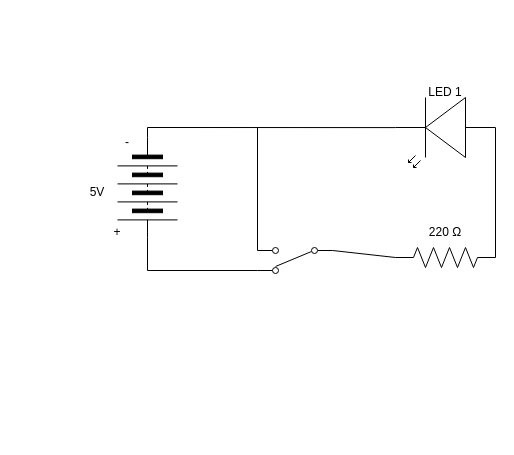
Before: Unit4-05.drawio in trent-hodgins-01/TEJ3M1-Unit4, a draw.io diagram. Source tidied: cells renumbered, new cells numbered last; positions are measured from the earlier drawing's top-left corner, leaving out a move shared by most shapes. Both pictures are drawn from the tidied source at 100%, with x=0, y=0 at pixel (67, 77).
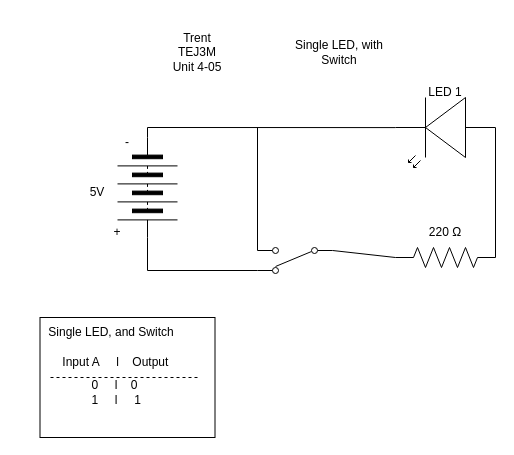
Above is the later version.

The edit, as a diff of the source:
```diff
@@
+    <mxCell id="16" value="Single LED, with Switch" style="text;html=1;strokeColor=none;fillColor=none;align=center;verticalAlign=middle;whiteSpace=wrap;rounded=0;" parent="1" vertex="1">
+      <mxGeometry x="224" y="-40" width="96" height="30" as="geometry" />
+    </mxCell>
+    <mxCell id="17" value="Trent&lt;br&gt;TEJ3M&lt;br&gt;&lt;div style=&quot;text-align: left&quot;&gt;&lt;span&gt;Unit 4-05&lt;/span&gt;&lt;/div&gt;" style="text;html=1;strokeColor=none;fillColor=none;align=center;verticalAlign=middle;whiteSpace=wrap;rounded=0;" parent="1" vertex="1">
+      <mxGeometry x="90" y="-60" width="80" height="70" as="geometry" />
+    </mxCell>
+    <mxCell id="18" style="rounded=0;whiteSpace=wrap;html=1;" parent="1" vertex="1">
+      <mxGeometry x="-27.5" y="240" width="175" height="120" as="geometry" />
+    </mxCell>
+    <mxCell id="19" value="Single LED, and Switch" style="text;html=1;strokeColor=none;fillColor=none;align=center;verticalAlign=middle;whiteSpace=wrap;rounded=0;" parent="1" vertex="1">
+      <mxGeometry x="-50" y="240" width="187.5" height="30" as="geometry" />
+    </mxCell>
+    <mxCell id="20" value="Input A&amp;nbsp; &amp;nbsp; &amp;nbsp;l&amp;nbsp; &amp;nbsp; Output&amp;nbsp;" style="text;html=1;strokeColor=none;fillColor=none;align=center;verticalAlign=middle;whiteSpace=wrap;rounded=0;" parent="1" vertex="1">
+      <mxGeometry x="-15" y="270" width="130" height="30" as="geometry" />
+    </mxCell>
+    <mxCell id="21" style="endArrow=none;dashed=1;html=1;rounded=0;" parent="1" edge="1">
+      <mxGeometry relative="1" as="geometry">
+        <mxPoint x="130" y="300" as="sourcePoint" />
+        <mxPoint x="-20" y="300" as="targetPoint" />
+      </mxGeometry>
+    </mxCell>
+    <mxCell id="22" value="0&amp;nbsp; &amp;nbsp; &amp;nbsp;l&amp;nbsp; &amp;nbsp; 0&lt;br&gt;&amp;nbsp;1&amp;nbsp; &amp;nbsp; &amp;nbsp;l&amp;nbsp; &amp;nbsp; &amp;nbsp;1" style="text;html=1;strokeColor=none;fillColor=none;align=center;verticalAlign=middle;whiteSpace=wrap;rounded=0;" parent="1" vertex="1">
+      <mxGeometry x="-15" y="300" width="125" height="30" as="geometry" />
+    </mxCell>
```
